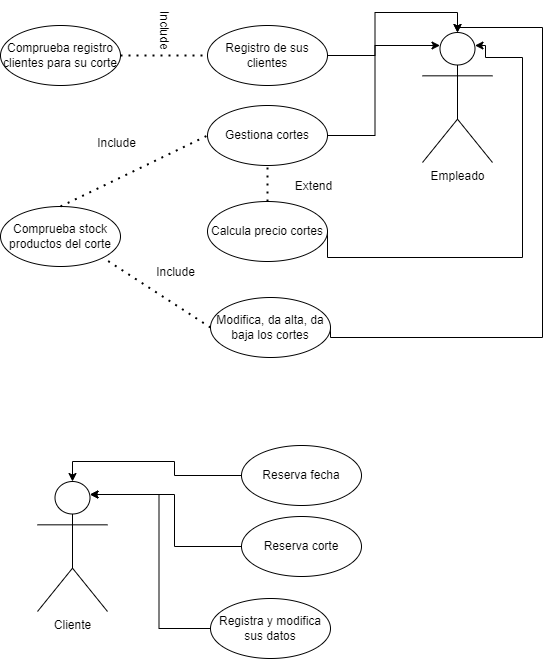
This is doc/casos_uso/DrawIO/Casos-Uso.png from Jorgeev27/Servicio-Peluqueria, a draw.io export, as it was before one commit. Source tidied: cells renumbered, new cells last; positions are measured from the earlier drawing's top-left corner, leaving out a move shared by most shapes.
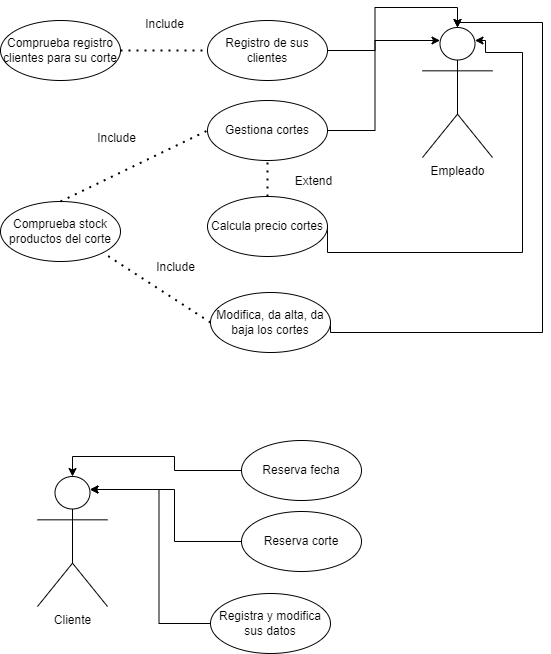
Above is the later version.

What changed in the source:
```diff
@@ -90,7 +90,7 @@
     <mxCell id="26" style="endArrow=none;dashed=1;html=1;dashPattern=1 3;strokeWidth=2;rounded=0;entryX=0;entryY=0.5;entryDx=0;entryDy=0;exitX=1;exitY=0.5;exitDx=0;exitDy=0;" parent="1" edge="1" source="25" target="24">
       <mxGeometry relative="1" as="geometry" />
     </mxCell>
-    <mxCell id="27" value="Include" style="text;html=1;align=center;verticalAlign=middle;strokeColor=none;fillColor=none;rotation=90;" parent="1" vertex="1">
+    <mxCell id="27" value="Include" style="text;html=1;align=center;verticalAlign=middle;strokeColor=none;fillColor=none;rotation=0;" parent="1" vertex="1">
       <mxGeometry x="135" width="57" height="26" as="geometry" />
     </mxCell>
   </root>
```
